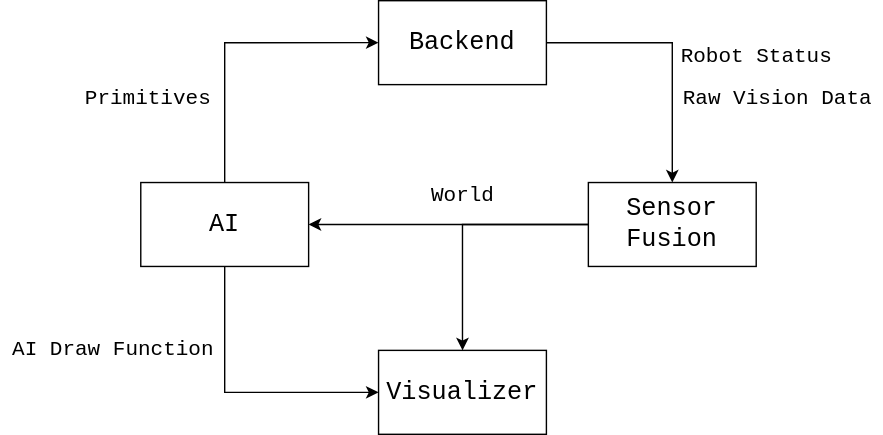
UBC-Thunderbots/Software keeps this draw.io diagram as docs/images/high_level_architecture_diagram.svg. Above is the earlier version. Source tidied: cells renumbered, new cells last; positions are measured from the earlier drawing's top-left corner, leaving out a move shared by most shapes.
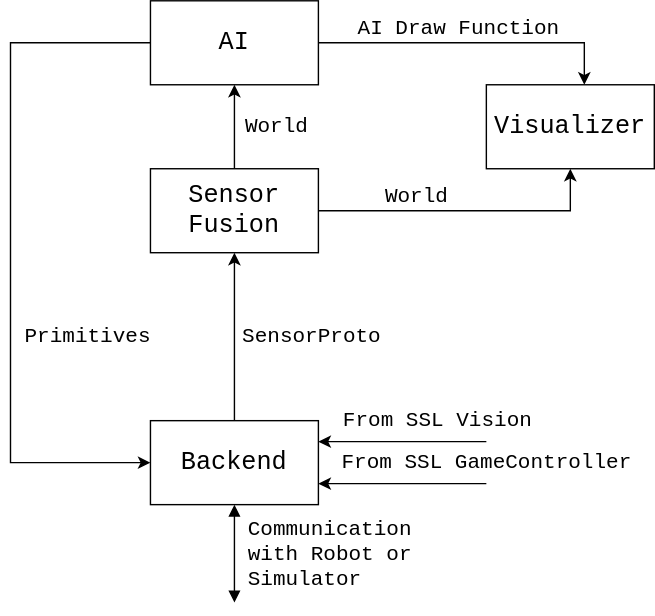
Later version of the same file.

Commit message:
Updated Simulator and Sensor Fusion Documentation (#1766)

Change to the diagram source:
```diff
@@ -2,55 +2,87 @@
   <root>
     <mxCell id="0" />
     <mxCell id="1" parent="0" />
-    <mxCell id="2" style="edgeStyle=orthogonalEdgeStyle;rounded=0;jettySize=auto;html=1;entryX=0;entryY=0.5;entryDx=0;entryDy=0;" parent="1" edge="1" source="4" target="7">
+    <mxCell id="2" style="edgeStyle=orthogonalEdgeStyle;rounded=0;jettySize=auto;html=1;exitX=1;exitY=0.5;exitDx=0;exitDy=0;" parent="1" edge="1" source="4" target="7">
       <mxGeometry relative="1" as="geometry">
         <Array as="points">
-          <mxPoint x="160" y="280" />
+          <mxPoint x="610" y="170" />
         </Array>
       </mxGeometry>
     </mxCell>
-    <mxCell id="3" style="edgeStyle=orthogonalEdgeStyle;rounded=0;jettySize=auto;html=1;entryX=0;entryY=0.5;entryDx=0;entryDy=0;" parent="1" edge="1" source="4" target="6">
+    <mxCell id="3" style="edgeStyle=orthogonalEdgeStyle;rounded=0;jettySize=auto;html=1;entryX=0;entryY=0.5;entryDx=0;entryDy=0;exitX=0;exitY=0.5;exitDx=0;exitDy=0;" parent="1" edge="1" source="4" target="6">
       <mxGeometry relative="1" as="geometry">
         <Array as="points">
-          <mxPoint x="160" y="30" />
+          <mxPoint x="200" y="170" />
+          <mxPoint x="200" y="470" />
         </Array>
       </mxGeometry>
     </mxCell>
     <mxCell id="4" value="AI" style="whiteSpace=wrap;html=1;fontFamily=Courier New;fontSize=18;" parent="1" vertex="1">
-      <mxGeometry x="100" y="130" width="120" height="60" as="geometry" />
+      <mxGeometry x="300" y="140" width="120" height="60" as="geometry" />
     </mxCell>
-    <mxCell id="5" style="edgeStyle=orthogonalEdgeStyle;rounded=0;jettySize=auto;html=1;entryX=0.5;entryY=0;entryDx=0;entryDy=0;" parent="1" edge="1" source="6" target="14">
+    <mxCell id="5" style="edgeStyle=orthogonalEdgeStyle;rounded=0;jettySize=auto;html=1;entryX=0.5;entryY=1;entryDx=0;entryDy=0;" parent="1" edge="1" source="6" target="14">
       <mxGeometry relative="1" as="geometry" />
     </mxCell>
+    <mxCell id="16" style="edgeStyle=orthogonalEdgeStyle;rounded=0;jettySize=auto;html=1;exitX=0.5;exitY=1;exitDx=0;exitDy=0;startArrow=block;startFill=1;endArrow=block;endFill=1;" parent="1" edge="1" source="6">
+      <mxGeometry relative="1" as="geometry">
+        <mxPoint x="360" y="570" as="targetPoint" />
+      </mxGeometry>
+    </mxCell>
     <mxCell id="6" value="Backend" style="whiteSpace=wrap;html=1;fontFamily=Courier New;fontSize=18;" parent="1" vertex="1">
-      <mxGeometry x="270" width="120" height="60" as="geometry" />
+      <mxGeometry x="300" y="440" width="120" height="60" as="geometry" />
     </mxCell>
     <mxCell id="7" value="Visualizer" style="whiteSpace=wrap;html=1;fontFamily=Courier New;fontSize=18;" parent="1" vertex="1">
-      <mxGeometry x="270" y="250" width="120" height="60" as="geometry" />
+      <mxGeometry x="540" y="200" width="120" height="60" as="geometry" />
     </mxCell>
-    <mxCell id="8" value="&lt;div&gt;Raw Vision Data&lt;/div&gt;" style="text;html=1;align=center;verticalAlign=middle;fillColor=none;strokeColor=none;rounded=0;fontFamily=Courier New;fontSize=15;" parent="1" vertex="1">
-      <mxGeometry x="480" y="60" width="150" height="20" as="geometry" />
-    </mxCell>
     <mxCell id="9" value="&lt;div&gt;Primitives&lt;/div&gt;" style="text;html=1;align=center;verticalAlign=middle;fillColor=none;strokeColor=none;rounded=0;fontFamily=Courier New;fontSize=15;" parent="1" vertex="1">
-      <mxGeometry x="50" y="60" width="110" height="20" as="geometry" />
+      <mxGeometry x="200" y="370" width="110" height="20" as="geometry" />
     </mxCell>
     <mxCell id="10" value="AI Draw Function" style="text;html=1;align=center;verticalAlign=middle;fillColor=none;strokeColor=none;rounded=0;fontFamily=Courier New;fontSize=15;" parent="1" vertex="1">
-      <mxGeometry y="240" width="160" height="20" as="geometry" />
+      <mxGeometry x="440" y="150" width="160" height="20" as="geometry" />
     </mxCell>
-    <mxCell id="11" value="Robot Status" style="text;html=1;align=center;verticalAlign=middle;fillColor=none;strokeColor=none;rounded=0;fontFamily=Courier New;fontSize=15;" parent="1" vertex="1">
-      <mxGeometry x="480" y="30" width="120" height="20" as="geometry" />
+    <mxCell id="11" value="SensorProto" style="text;html=1;align=center;verticalAlign=middle;fillColor=none;strokeColor=none;rounded=0;fontFamily=Courier New;fontSize=15;" parent="1" vertex="1">
+      <mxGeometry x="360" y="370" width="110" height="20" as="geometry" />
     </mxCell>
-    <mxCell id="12" style="edgeStyle=orthogonalEdgeStyle;rounded=0;jettySize=auto;html=1;entryX=1;entryY=0.5;entryDx=0;entryDy=0;" parent="1" edge="1" source="14" target="4">
+    <mxCell id="12" style="edgeStyle=orthogonalEdgeStyle;rounded=0;jettySize=auto;html=1;entryX=0.5;entryY=1;entryDx=0;entryDy=0;" parent="1" edge="1" source="14" target="4">
       <mxGeometry relative="1" as="geometry" />
     </mxCell>
-    <mxCell id="13" style="edgeStyle=orthogonalEdgeStyle;rounded=0;jettySize=auto;html=1;" parent="1" edge="1" source="14" target="7">
+    <mxCell id="13" style="edgeStyle=orthogonalEdgeStyle;rounded=0;jettySize=auto;html=1;entryX=0.5;entryY=1;entryDx=0;entryDy=0;" parent="1" edge="1" source="14" target="7">
       <mxGeometry relative="1" as="geometry" />
     </mxCell>
     <mxCell id="14" value="&lt;div&gt;Sensor Fusion&lt;/div&gt;" style="whiteSpace=wrap;html=1;fontFamily=Courier New;fontSize=18;" parent="1" vertex="1">
-      <mxGeometry x="420" y="130" width="120" height="60" as="geometry" />
+      <mxGeometry x="300" y="260" width="120" height="60" as="geometry" />
     </mxCell>
     <mxCell id="15" value="World" style="text;html=1;align=center;verticalAlign=middle;fillColor=none;strokeColor=none;rounded=0;fontFamily=Courier New;fontSize=15;" parent="1" vertex="1">
-      <mxGeometry x="300" y="130" width="60" height="20" as="geometry" />
+      <mxGeometry x="360" y="220" width="60" height="20" as="geometry" />
     </mxCell>
+    <mxCell id="17" style="edgeStyle=orthogonalEdgeStyle;rounded=0;jettySize=auto;html=1;exitX=1;exitY=0.25;exitDx=0;exitDy=0;endArrow=none;endFill=0;startArrow=classic;startFill=1;" parent="1" edge="1" source="6">
+      <mxGeometry relative="1" as="geometry">
+        <mxPoint x="540" y="455" as="targetPoint" />
+        <Array as="points">
+          <mxPoint x="440" y="455" />
+          <mxPoint x="440" y="455" />
+        </Array>
+      </mxGeometry>
+    </mxCell>
+    <mxCell id="18" style="edgeStyle=orthogonalEdgeStyle;rounded=0;jettySize=auto;html=1;exitX=1;exitY=0.75;exitDx=0;exitDy=0;endArrow=none;endFill=0;startArrow=classic;startFill=1;" parent="1" edge="1" source="6">
+      <mxGeometry relative="1" as="geometry">
+        <mxPoint x="540" y="485" as="targetPoint" />
+        <Array as="points">
+          <mxPoint x="530" y="485" />
+        </Array>
+      </mxGeometry>
+    </mxCell>
+    <mxCell id="19" value="World" style="text;html=1;align=center;verticalAlign=middle;fillColor=none;strokeColor=none;rounded=0;fontFamily=Courier New;fontSize=15;" parent="1" vertex="1">
+      <mxGeometry x="460" y="270" width="60" height="20" as="geometry" />
+    </mxCell>
+    <mxCell id="20" value="Communication with Robot or Simulator" style="text;align=left;verticalAlign=middle;fillColor=none;strokeColor=none;rounded=0;fontFamily=Courier New;fontSize=15;html=1;overflow=fill;html=1;whiteSpace=wrap;" parent="1" vertex="1">
+      <mxGeometry x="370" y="510" width="130" height="50" as="geometry" />
+    </mxCell>
+    <mxCell id="21" value="From SSL GameController" style="text;html=1;align=center;verticalAlign=middle;fillColor=none;strokeColor=none;rounded=0;fontFamily=Courier New;fontSize=15;" parent="1" vertex="1">
+      <mxGeometry x="430" y="460" width="220" height="20" as="geometry" />
+    </mxCell>
+    <mxCell id="22" value="From SSL Vision" style="text;html=1;align=center;verticalAlign=middle;fillColor=none;strokeColor=none;rounded=0;fontFamily=Courier New;fontSize=15;" parent="1" vertex="1">
+      <mxGeometry x="430" y="430" width="150" height="20" as="geometry" />
+    </mxCell>
   </root>
 </mxGraphModel>
```
